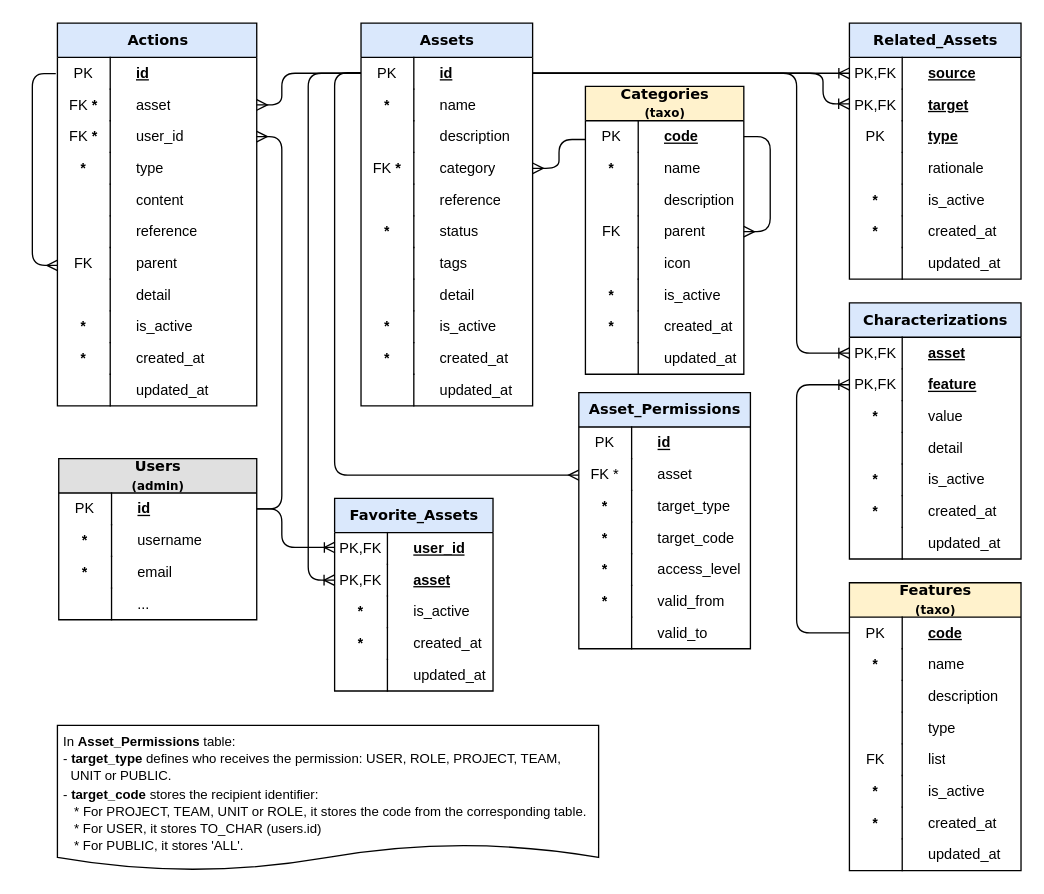
This is page "lib" (5 of 8) of docs/models.drawio from abc-flex/synapxia, a draw.io file, before an edit. Source tidied: cells renumbered, new cells numbered last; positions are measured from the earlier drawing's top-left corner, leaving out a move shared by most shapes. Both pictures are drawn from the tidied source at 132%, with x=0, y=0 at pixel (32, 22).
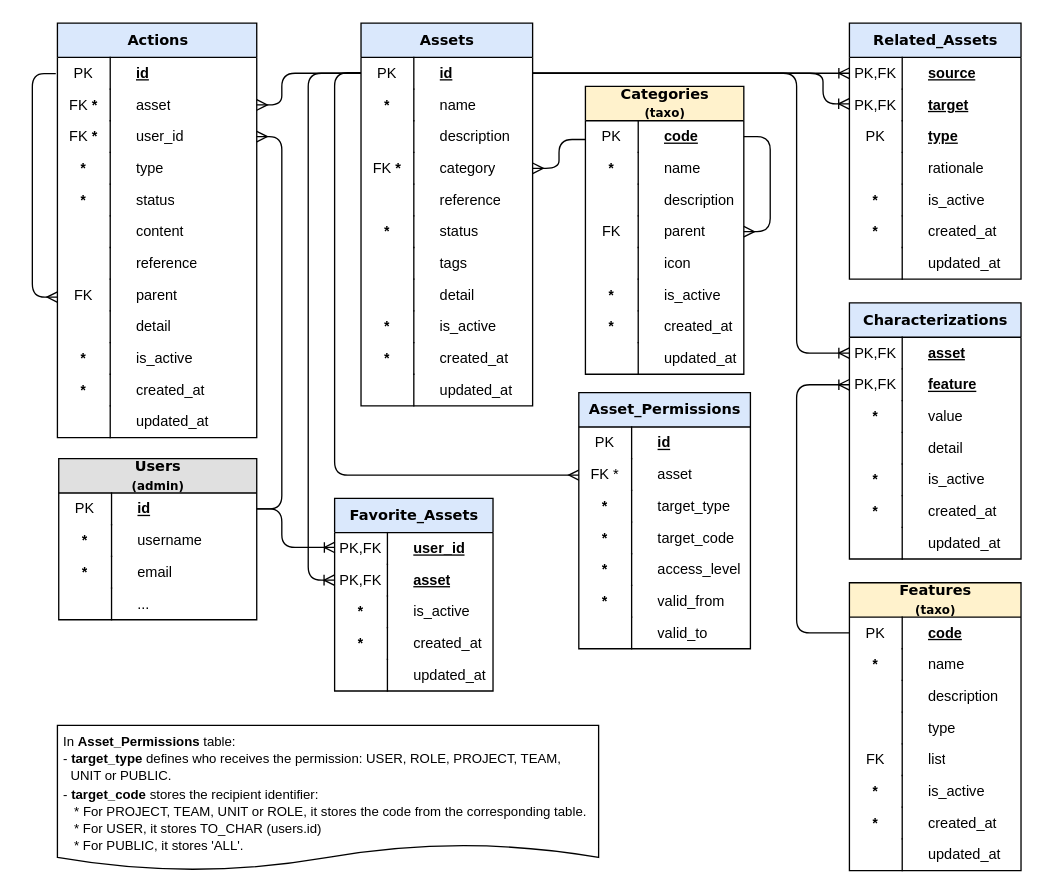
The same page after the edit.

Change to the diagram source:
```diff
@@
     <mxCell id="43" value="&lt;font&gt;Actions&lt;/font&gt;" style="swimlane;html=1;fontStyle=1;horizontal=1;startSize=26;fillColor=#DAE8FC;swimlaneFillColor=#ffffff;align=center;rounded=0;shadow=0;comic=0;labelBackgroundColor=none;strokeWidth=1;fontFamily=Verdana;fontSize=11;spacing=0;" parent="1" vertex="1">
-      <mxGeometry x="19" width="151" height="290" as="geometry" />
+      <mxGeometry x="19" width="151" height="314" as="geometry" />
     </mxCell>
@@
+    <mxCell id="160" value="status" style="shape=partialRectangle;top=0;left=0;right=0;bottom=0;html=1;align=left;verticalAlign=middle;fillColor=none;spacingLeft=60;spacingRight=4;whiteSpace=wrap;overflow=hidden;fontStyle=0;fontSize=11;spacing=0;" parent="43" vertex="1">
+      <mxGeometry y="122" width="151" height="24" as="geometry" />
+    </mxCell>
+    <mxCell id="161" value="&lt;b&gt;*&lt;/b&gt;" style="shape=partialRectangle;fontStyle=0;top=0;left=0;bottom=0;html=1;fillColor=none;align=center;verticalAlign=middle;spacingLeft=4;spacingRight=4;whiteSpace=wrap;overflow=hidden;fontSize=11;spacing=0;" parent="160" vertex="1">
+      <mxGeometry width="40" height="24" as="geometry" />
+    </mxCell>
     <mxCell id="52" value="&lt;span style=&quot;font-weight: normal;&quot;&gt;content&lt;/span&gt;" style="shape=partialRectangle;top=0;left=0;right=0;bottom=0;html=1;align=left;verticalAlign=middle;fillColor=none;spacingLeft=60;spacingRight=4;whiteSpace=wrap;overflow=hidden;fontStyle=1;fontSize=11;spacing=0;" parent="43" vertex="1">
-      <mxGeometry y="122" width="151" height="24" as="geometry" />
+      <mxGeometry y="146" width="151" height="24" as="geometry" />
     </mxCell>
@@
     <mxCell id="54" value="reference" style="shape=partialRectangle;top=0;left=0;right=0;bottom=0;html=1;align=left;verticalAlign=middle;fillColor=none;spacingLeft=60;spacingRight=4;whiteSpace=wrap;overflow=hidden;fontStyle=0;fontSize=11;spacing=0;" parent="43" vertex="1">
-      <mxGeometry y="146" width="151" height="24" as="geometry" />
+      <mxGeometry y="170" width="151" height="24" as="geometry" />
     </mxCell>
@@
     <mxCell id="56" value="parent" style="shape=partialRectangle;top=0;left=0;right=0;bottom=0;html=1;align=left;verticalAlign=middle;fillColor=none;spacingLeft=60;spacingRight=4;whiteSpace=wrap;overflow=hidden;fontStyle=0;fontSize=11;spacing=0;" parent="43" vertex="1">
-      <mxGeometry y="170" width="151" height="24" as="geometry" />
+      <mxGeometry y="194" width="151" height="24" as="geometry" />
     </mxCell>
@@
     <mxCell id="58" value="detail" style="shape=partialRectangle;top=0;left=0;right=0;bottom=0;html=1;align=left;verticalAlign=middle;fillColor=none;spacingLeft=60;spacingRight=4;whiteSpace=wrap;overflow=hidden;fontStyle=0;fontSize=11;spacing=0;" parent="43" vertex="1">
-      <mxGeometry y="194" width="151" height="24" as="geometry" />
+      <mxGeometry y="218" width="151" height="24" as="geometry" />
     </mxCell>
@@
     <mxCell id="60" value="is_active" style="shape=partialRectangle;top=0;left=0;right=0;bottom=0;html=1;align=left;verticalAlign=middle;fillColor=none;spacingLeft=60;spacingRight=4;whiteSpace=wrap;overflow=hidden;fontStyle=0;fontSize=11;spacing=0;" parent="43" vertex="1">
-      <mxGeometry y="218" width="151" height="24" as="geometry" />
+      <mxGeometry y="242" width="151" height="24" as="geometry" />
     </mxCell>
@@
     <mxCell id="62" value="created_at" style="shape=partialRectangle;top=0;left=0;right=0;bottom=0;html=1;align=left;verticalAlign=middle;fillColor=none;spacingLeft=60;spacingRight=4;whiteSpace=wrap;overflow=hidden;fontStyle=0;fontSize=11;spacing=0;" parent="43" vertex="1">
-      <mxGeometry y="242" width="151" height="24" as="geometry" />
+      <mxGeometry y="266" width="151" height="24" as="geometry" />
     </mxCell>
@@
     <mxCell id="64" value="updated_at" style="shape=partialRectangle;top=0;left=0;right=0;bottom=0;html=1;align=left;verticalAlign=middle;fillColor=none;spacingLeft=60;spacingRight=4;whiteSpace=wrap;overflow=hidden;fontStyle=0;fontSize=11;spacing=0;" parent="43" vertex="1">
-      <mxGeometry y="266" width="151" height="24" as="geometry" />
+      <mxGeometry y="290" width="151" height="24" as="geometry" />
     </mxCell>
```
